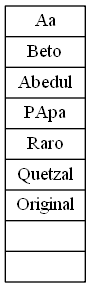
Before: postOrden.png, a diagram exported from Graphviz (ByLy23/Scrabble_CPP). Its source is kept beside it as postOrden.dot.
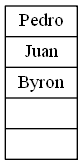
After the change.

Diff of the diagram source:
```diff
@@ -1,4 +1,4 @@
 digraph graficaPostrden{
  linkdir=LR
- arreglo[shape= record label= "{Aa|Beto|Abedul|PApa|Raro|Quetzal|Original||}"];
+ arreglo[shape= record label= "{Pedro|Juan|Byron||}"];
 }
```
